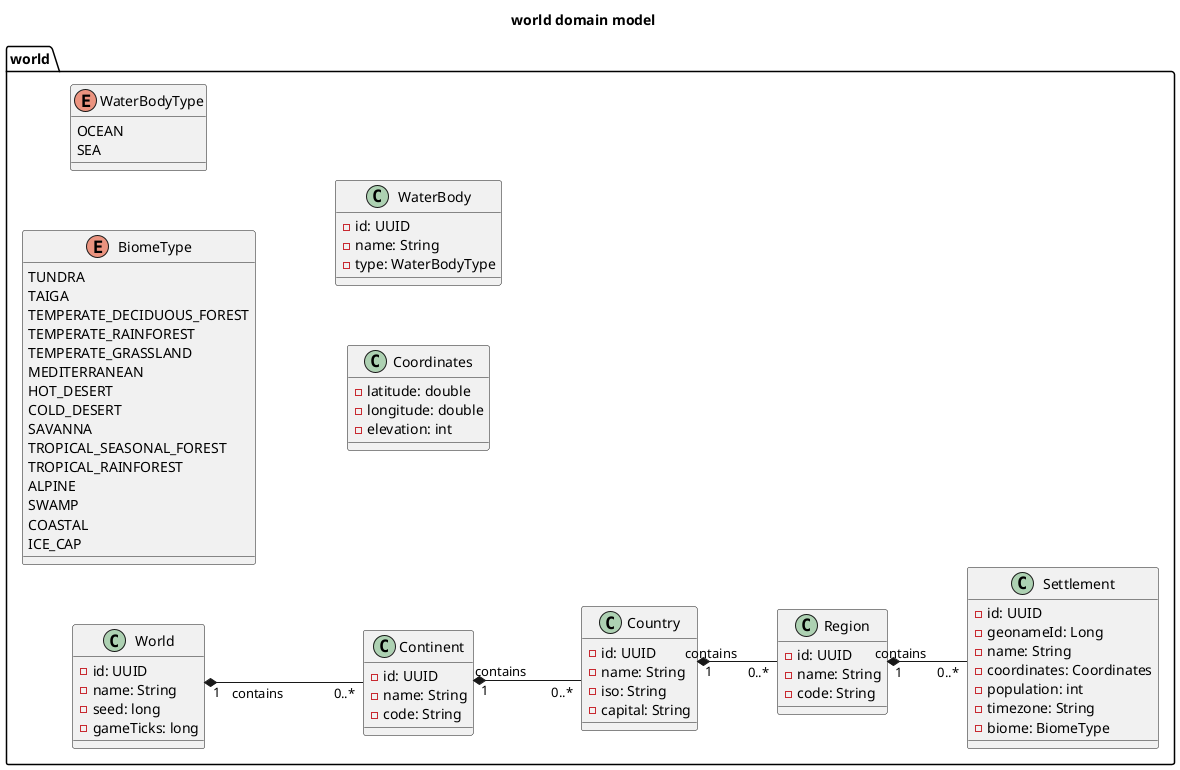
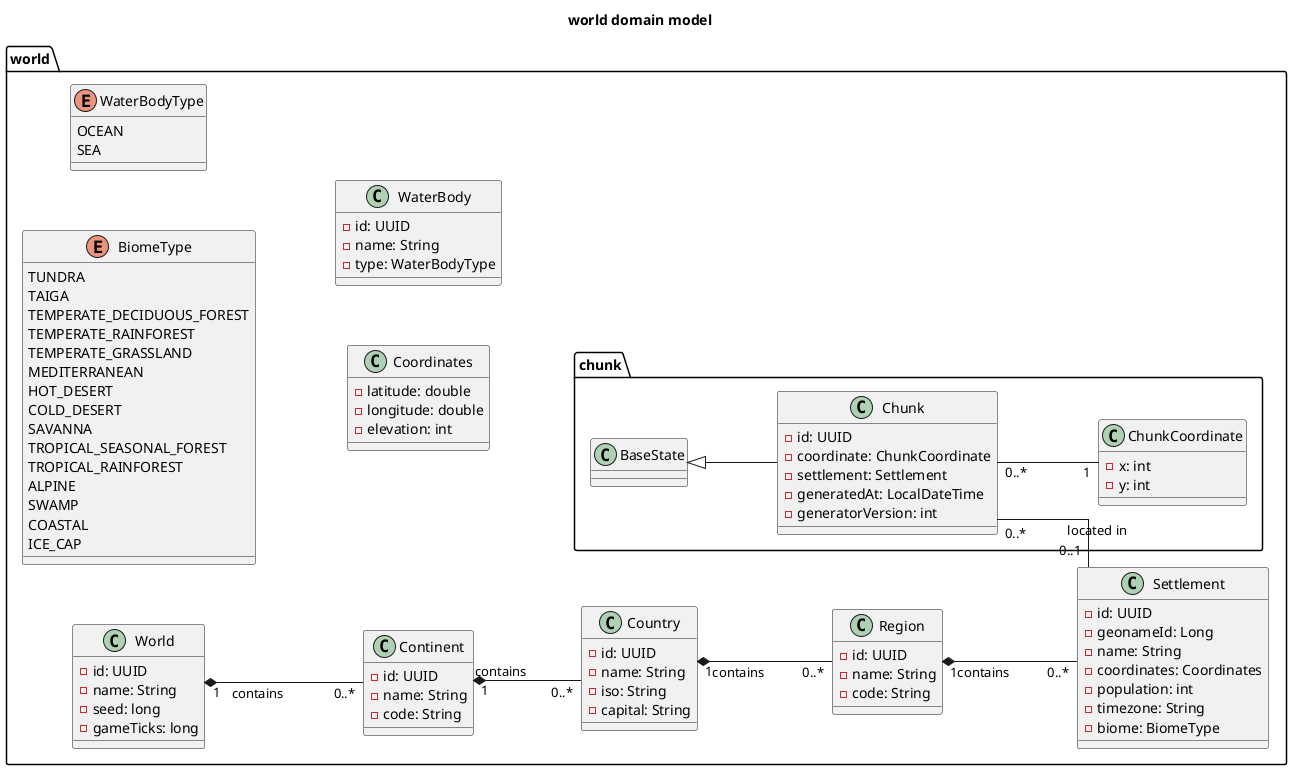
@startuml
title world domain model

left to right direction
skinparam linetype ortho
skinparam nodesep 60
skinparam ranksep 80

package world {
    enum BiomeType {
        TUNDRA
        TAIGA
        TEMPERATE_DECIDUOUS_FOREST
        TEMPERATE_RAINFOREST
        TEMPERATE_GRASSLAND
        MEDITERRANEAN
        HOT_DESERT
        COLD_DESERT
        SAVANNA
        TROPICAL_SEASONAL_FOREST
        TROPICAL_RAINFOREST
        ALPINE
        SWAMP
        COASTAL
        ICE_CAP
    }

    enum WaterBodyType {
        OCEAN
        SEA
    }

    class World {
        - id: UUID
        - name: String
        - seed: long
        - gameTicks: long
    }

    class Continent {
        - id: UUID
        - name: String
        - code: String
    }

    class Country {
        - id: UUID
        - name: String
        - iso: String
        - capital: String
    }

    class Region {
        - id: UUID
        - name: String
        - code: String
    }

    class Settlement {
        - id: UUID
        - geonameId: Long
        - name: String
        - coordinates: Coordinates
        - population: int
        - timezone: String
        - biome: BiomeType
    }

    class Coordinates {
        - latitude: double
        - longitude: double
        - elevation: int
    }

    class WaterBody {
        - id: UUID
        - name: String
        - type: WaterBodyType
    }

    World "1" *-- "0..*" Continent : contains
    Continent "1" *-- "0..*" Country : contains
    Country "1" *-- "0..*" Region : contains
    Region "1" *-- "0..*" Settlement : contains
+ 
+     package chunk {
+         class Chunk extends BaseState {
+             - id: UUID
+             - coordinate: ChunkCoordinate
+             - settlement: Settlement
+             - generatedAt: LocalDateTime
+             - generatorVersion: int
+         }
+ 
+         class ChunkCoordinate {
+             - x: int
+             - y: int
+         }
+     }
+ 
+     Chunk "0..*" -- "1" ChunkCoordinate
+     Chunk "0..*" -- "0..1" Settlement : located in
}

@enduml